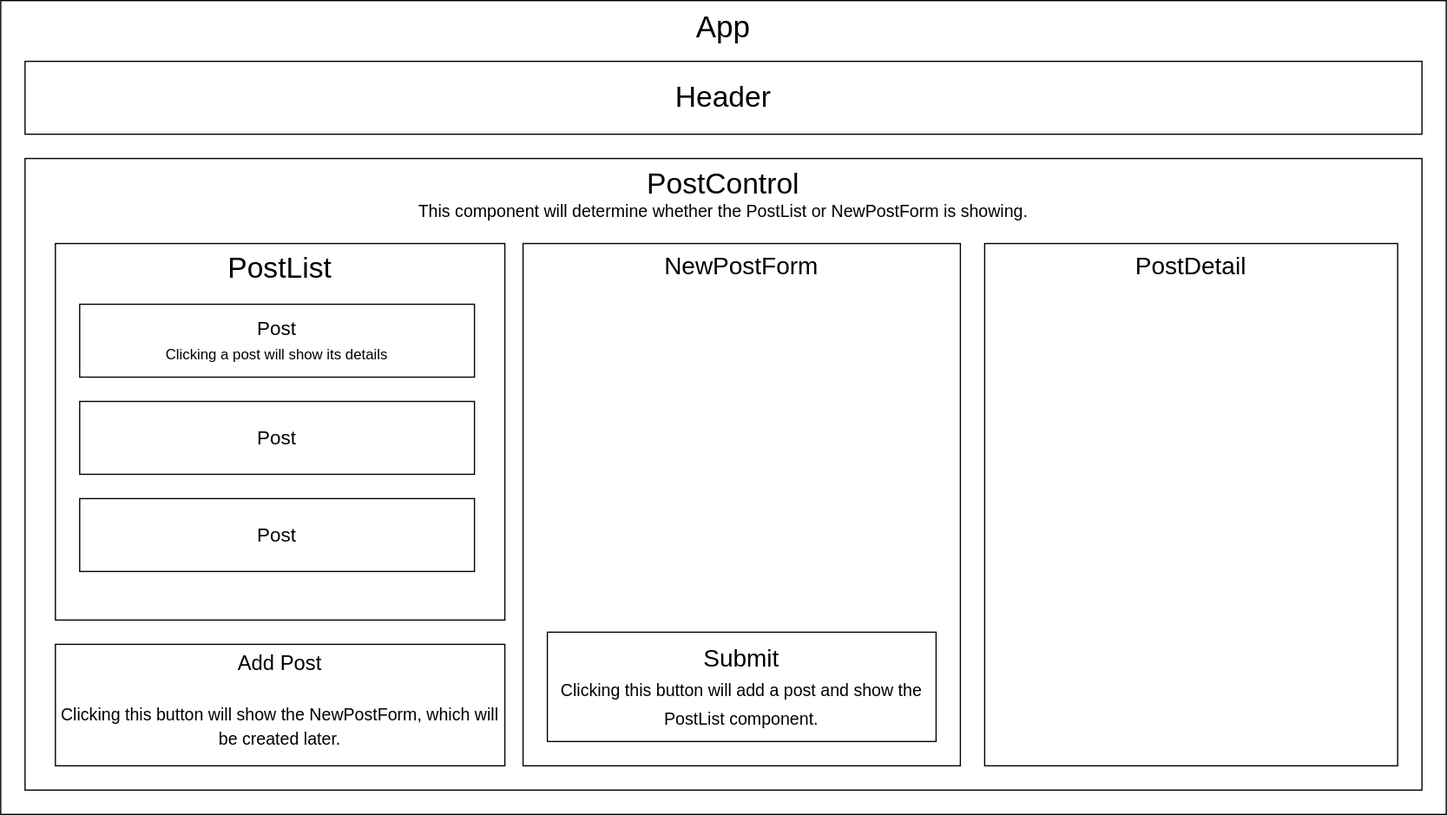
The draw.io diagram Forum_Diagram.drawio.svg in besure94/discussion-forum, before a commit. Source tidied: cells renumbered, new cells last; positions are measured from the earlier drawing's top-left corner, leaving out a move shared by most shapes.
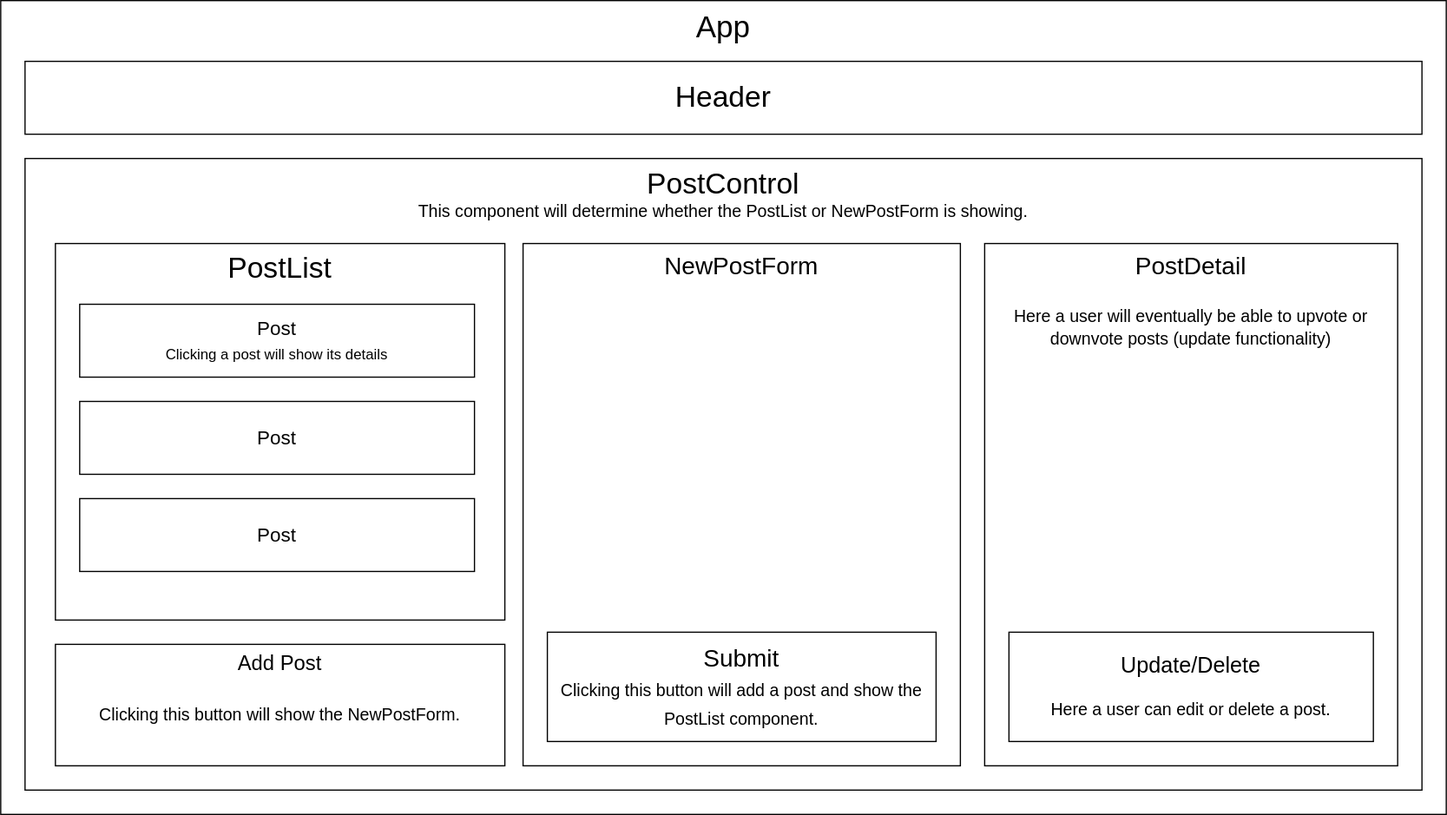
After the commit.

Commit message:
Update diagram to feature components for full CRUD functionality.

Diff of the diagram source:
```diff
@@ -17,7 +17,7 @@
     <mxCell id="6" value="PostList" style="rounded=0;whiteSpace=wrap;html=1;fontSize=24;verticalAlign=top;" parent="1" vertex="1">
       <mxGeometry x="45" y="200" width="370" height="310" as="geometry" />
     </mxCell>
-    <mxCell id="7" value="Add Post&lt;br&gt;&lt;br&gt;&lt;font style=&quot;font-size: 14px;&quot;&gt;Clicking this button will show the NewPostForm, which will be created later.&lt;/font&gt;" style="rounded=0;whiteSpace=wrap;html=1;fontSize=17;verticalAlign=top;" parent="1" vertex="1">
+    <mxCell id="7" value="Add Post&lt;br&gt;&lt;br&gt;&lt;font style=&quot;font-size: 14px;&quot;&gt;Clicking this button will show the NewPostForm.&lt;/font&gt;" style="rounded=0;whiteSpace=wrap;html=1;fontSize=17;verticalAlign=top;" parent="1" vertex="1">
       <mxGeometry x="45" y="530" width="370" height="100" as="geometry" />
     </mxCell>
     <mxCell id="8" value="Post&lt;br&gt;&lt;font style=&quot;font-size: 12px;&quot;&gt;Clicking a post will show its details&lt;/font&gt;" style="rounded=0;whiteSpace=wrap;html=1;fontSize=16;" parent="1" vertex="1">
@@ -35,8 +35,11 @@
     <mxCell id="12" value="Submit&lt;br&gt;&lt;font style=&quot;font-size: 14px;&quot;&gt;Clicking this button will add a post and show the PostList component.&lt;/font&gt;" style="rounded=0;whiteSpace=wrap;html=1;fontSize=20;" parent="1" vertex="1">
       <mxGeometry x="450" y="520" width="320" height="90" as="geometry" />
     </mxCell>
-    <mxCell id="13" value="&lt;font style=&quot;font-size: 20px;&quot;&gt;PostDetail&lt;/font&gt;" style="rounded=0;whiteSpace=wrap;html=1;fontSize=16;verticalAlign=top;" parent="1" vertex="1">
+    <mxCell id="13" value="&lt;font style=&quot;&quot;&gt;&lt;span style=&quot;font-size: 20px;&quot;&gt;PostDetail&lt;/span&gt;&lt;br&gt;&lt;br&gt;&lt;font style=&quot;font-size: 14px;&quot;&gt;Here a user will eventually be able to upvote or downvote posts (update functionality)&lt;/font&gt;&lt;br&gt;&lt;/font&gt;" style="rounded=0;whiteSpace=wrap;html=1;fontSize=16;verticalAlign=top;" parent="1" vertex="1">
       <mxGeometry x="810" y="200" width="340" height="430" as="geometry" />
     </mxCell>
+    <mxCell id="14" value="&lt;font style=&quot;font-size: 18px;&quot;&gt;Update/Delete&lt;br&gt;&lt;/font&gt;&lt;br&gt;Here a user can edit or delete a post." style="rounded=0;whiteSpace=wrap;html=1;fontSize=14;" parent="1" vertex="1">
+      <mxGeometry x="830" y="520" width="300" height="90" as="geometry" />
+    </mxCell>
   </root>
 </mxGraphModel>
```
